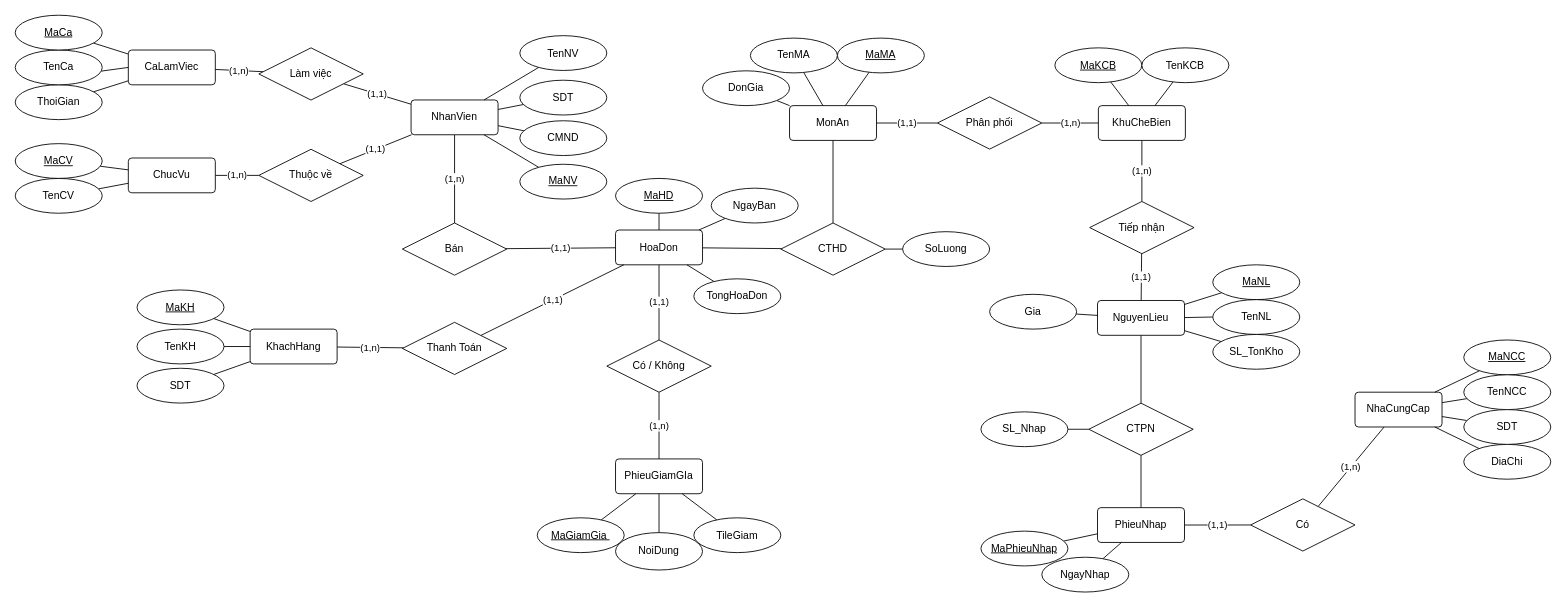
Before: PTTK HTTT/Project/ERD_Project.drawio in EdgarIgnite16/SGU-Course, a draw.io diagram. Source tidied: cells renumbered, new cells numbered last; positions are measured from the earlier drawing's top-left corner, leaving out a move shared by most shapes. Both pictures are drawn from the tidied source at 87%, with x=0, y=0 at pixel (15, 15).
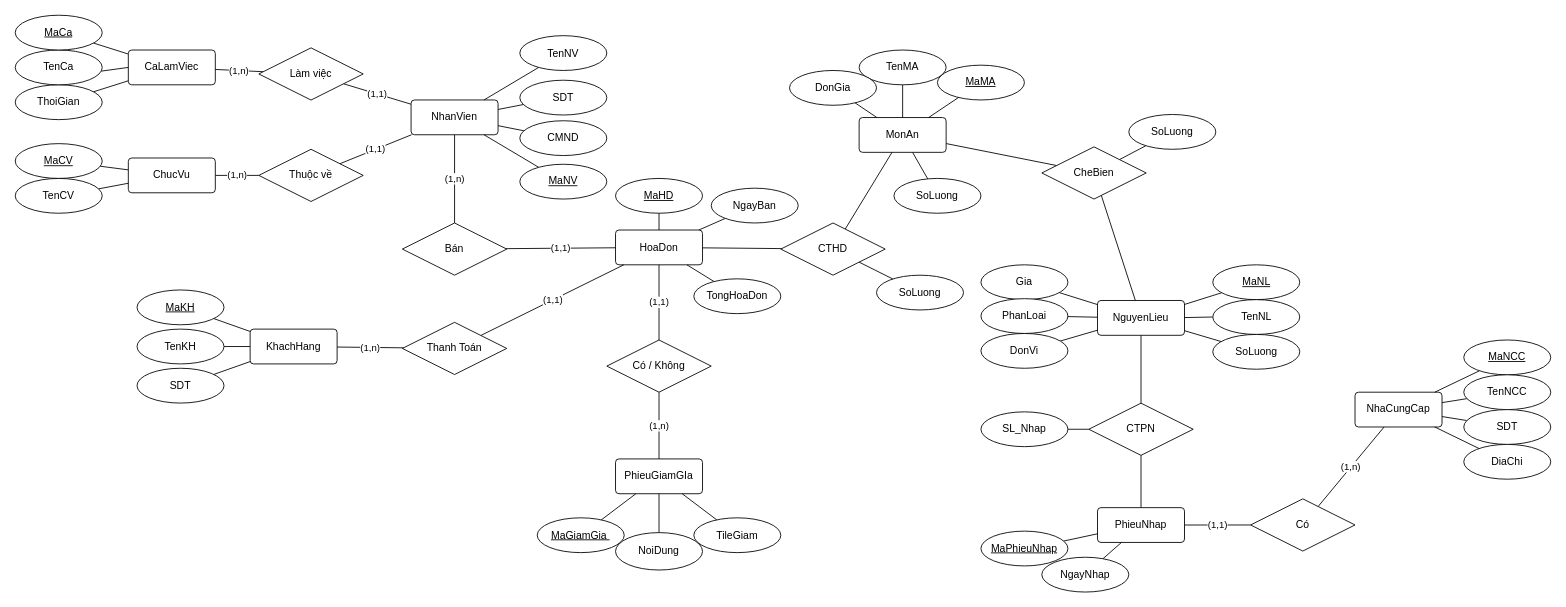
Above is the later version.

The change refers to these unchanged cells:
```xml
<mxCell id="23" value="NguyenLieu" style="rounded=1;arcSize=10;whiteSpace=wrap;html=1;align=center;" parent="1" vertex="1">
  <mxGeometry x="1244" y="327.9" width="100" height="40" as="geometry" />
</mxCell>
```

Diff of the diagram source:
```diff
@@
+    <mxCell id="115" style="edgeStyle=none;rounded=0;jettySize=auto;html=1;endArrow=none;endFill=0;" parent="1" edge="1" source="18" target="100">
+      <mxGeometry relative="1" as="geometry" />
+    </mxCell>
+    <mxCell id="116" style="edgeStyle=none;rounded=0;jettySize=auto;html=1;endArrow=none;endFill=0;" parent="1" edge="1" source="18" target="123">
+      <mxGeometry relative="1" as="geometry" />
+    </mxCell>
     <mxCell id="18" value="MonAn" style="rounded=1;arcSize=10;whiteSpace=wrap;html=1;align=center;" parent="1" vertex="1">
-      <mxGeometry x="890" y="103.9" width="100" height="40" as="geometry" />
+      <mxGeometry x="970" y="117.6" width="100" height="40" as="geometry" />
     </mxCell>
@@
     <mxCell id="48" value="SoLuong" style="ellipse;whiteSpace=wrap;html=1;align=center;" parent="1" vertex="1">
-      <mxGeometry x="1020" y="248.8" width="100" height="40" as="geometry" />
+      <mxGeometry x="990" y="298.8" width="100" height="40" as="geometry" />
     </mxCell>
@@
     <mxCell id="58" value="MaMA" style="ellipse;whiteSpace=wrap;html=1;align=center;fontStyle=4;" parent="1" vertex="1">
-      <mxGeometry x="945" y="26.3" width="100" height="40" as="geometry" />
+      <mxGeometry x="1060" y="57.4" width="100" height="40" as="geometry" />
     </mxCell>
@@
     <mxCell id="60" value="TenMA" style="ellipse;whiteSpace=wrap;html=1;align=center;" parent="1" vertex="1">
-      <mxGeometry x="845" y="26.3" width="100" height="40" as="geometry" />
+      <mxGeometry x="970" y="40" width="100" height="40" as="geometry" />
     </mxCell>
@@
     <mxCell id="67" value="DonGia" style="ellipse;whiteSpace=wrap;html=1;align=center;" parent="1" vertex="1">
-      <mxGeometry x="790" y="63.9" width="100" height="40" as="geometry" />
+      <mxGeometry x="890" y="63.5" width="100" height="40" as="geometry" />
     </mxCell>
@@
-    <mxCell id="74" value="(1,n)" style="edgeStyle=none;rounded=0;jettySize=auto;html=1;endArrow=none;endFill=0;" parent="1" edge="1" source="75" target="100">
-      <mxGeometry relative="1" as="geometry" />
-    </mxCell>
-    <mxCell id="75" value="KhuCheBien" style="rounded=1;arcSize=10;whiteSpace=wrap;html=1;align=center;" parent="1" vertex="1">
-      <mxGeometry x="1245" y="103.9" width="100" height="40" as="geometry" />
-    </mxCell>
-    <mxCell id="76" value="(1,1)" style="edgeStyle=none;rounded=0;jettySize=auto;html=1;endArrow=none;endFill=0;" parent="1" edge="1" source="78" target="18">
-      <mxGeometry relative="1" as="geometry" />
-    </mxCell>
-    <mxCell id="77" value="(1,n)" style="edgeStyle=none;rounded=0;jettySize=auto;html=1;endArrow=none;endFill=0;" parent="1" edge="1" source="78" target="75">
-      <mxGeometry relative="1" as="geometry" />
-    </mxCell>
-    <mxCell id="78" value="Phân phối" style="shape=rhombus;perimeter=rhombusPerimeter;whiteSpace=wrap;html=1;align=center;" parent="1" vertex="1">
-      <mxGeometry x="1060" y="93.9" width="120" height="60" as="geometry" />
-    </mxCell>
-    <mxCell id="79" style="edgeStyle=none;rounded=0;jettySize=auto;html=1;endArrow=none;endFill=0;" parent="1" edge="1" source="80" target="75">
-      <mxGeometry relative="1" as="geometry" />
-    </mxCell>
-    <mxCell id="80" value="MaKCB" style="ellipse;whiteSpace=wrap;html=1;align=center;fontStyle=4;" parent="1" vertex="1">
-      <mxGeometry x="1195" y="37.5" width="100" height="40" as="geometry" />
-    </mxCell>
-    <mxCell id="81" style="edgeStyle=none;rounded=0;jettySize=auto;html=1;endArrow=none;endFill=0;" parent="1" edge="1" source="82" target="75">
-      <mxGeometry relative="1" as="geometry" />
-    </mxCell>
-    <mxCell id="82" value="TenKCB" style="ellipse;whiteSpace=wrap;html=1;align=center;" parent="1" vertex="1">
-      <mxGeometry x="1295" y="37.5" width="100" height="40" as="geometry" />
-    </mxCell>
@@
-    <mxCell id="98" value="SL_TonKho" style="ellipse;whiteSpace=wrap;html=1;align=center;" parent="1" vertex="1">
+    <mxCell id="98" value="SoLuong" style="ellipse;whiteSpace=wrap;html=1;align=center;" parent="1" vertex="1">
       <mxGeometry x="1376.5" y="366.9" width="100" height="40" as="geometry" />
     </mxCell>
-    <mxCell id="99" value="(1,1)" style="edgeStyle=none;rounded=0;jettySize=auto;html=1;endArrow=none;endFill=0;" parent="1" edge="1" source="100" target="23">
+    <mxCell id="99" style="edgeStyle=none;rounded=0;jettySize=auto;html=1;endArrow=none;endFill=0;" parent="1" edge="1" source="100" target="23">
       <mxGeometry relative="1" as="geometry" />
     </mxCell>
+    <mxCell id="117" style="edgeStyle=none;rounded=0;jettySize=auto;html=1;endArrow=none;endFill=0;" parent="1" edge="1" source="100" target="120">
+      <mxGeometry relative="1" as="geometry" />
+    </mxCell>
-    <mxCell id="100" value="Tiếp nhận" style="shape=rhombus;perimeter=rhombusPerimeter;whiteSpace=wrap;html=1;align=center;" parent="1" vertex="1">
-      <mxGeometry x="1235" y="214.1" width="120" height="60" as="geometry" />
+    <mxCell id="100" value="CheBien" style="shape=rhombus;perimeter=rhombusPerimeter;whiteSpace=wrap;html=1;align=center;" parent="1" vertex="1">
+      <mxGeometry x="1180" y="151.3" width="120" height="60" as="geometry" />
     </mxCell>
@@
     <mxCell id="104" value="Gia" style="ellipse;whiteSpace=wrap;html=1;align=center;" parent="1" vertex="1">
-      <mxGeometry x="1120" y="320.8" width="100" height="40" as="geometry" />
+      <mxGeometry x="1110" y="286.9" width="100" height="40" as="geometry" />
     </mxCell>
@@
+    <mxCell id="118" style="rounded=0;jettySize=auto;html=1;endArrow=none;endFill=0;" parent="1" edge="1" source="119" target="23">
+      <mxGeometry relative="1" as="geometry" />
+    </mxCell>
+    <mxCell id="119" value="PhanLoai" style="ellipse;whiteSpace=wrap;html=1;align=center;" parent="1" vertex="1">
+      <mxGeometry x="1110" y="325.8" width="100" height="40" as="geometry" />
+    </mxCell>
+    <mxCell id="120" value="SoLuong" style="ellipse;whiteSpace=wrap;html=1;align=center;" parent="1" vertex="1">
+      <mxGeometry x="1280" y="114.1" width="100" height="40" as="geometry" />
+    </mxCell>
+    <mxCell id="121" style="edgeStyle=none;rounded=0;jettySize=auto;html=1;endArrow=none;endFill=0;" parent="1" edge="1" source="122" target="23">
+      <mxGeometry relative="1" as="geometry" />
+    </mxCell>
+    <mxCell id="122" value="DonVi" style="ellipse;whiteSpace=wrap;html=1;align=center;" parent="1" vertex="1">
+      <mxGeometry x="1110" y="365.8" width="100" height="40" as="geometry" />
+    </mxCell>
+    <mxCell id="123" value="SoLuong" style="ellipse;whiteSpace=wrap;html=1;align=center;" parent="1" vertex="1">
+      <mxGeometry x="1010" y="187.6" width="100" height="40" as="geometry" />
+    </mxCell>
```
